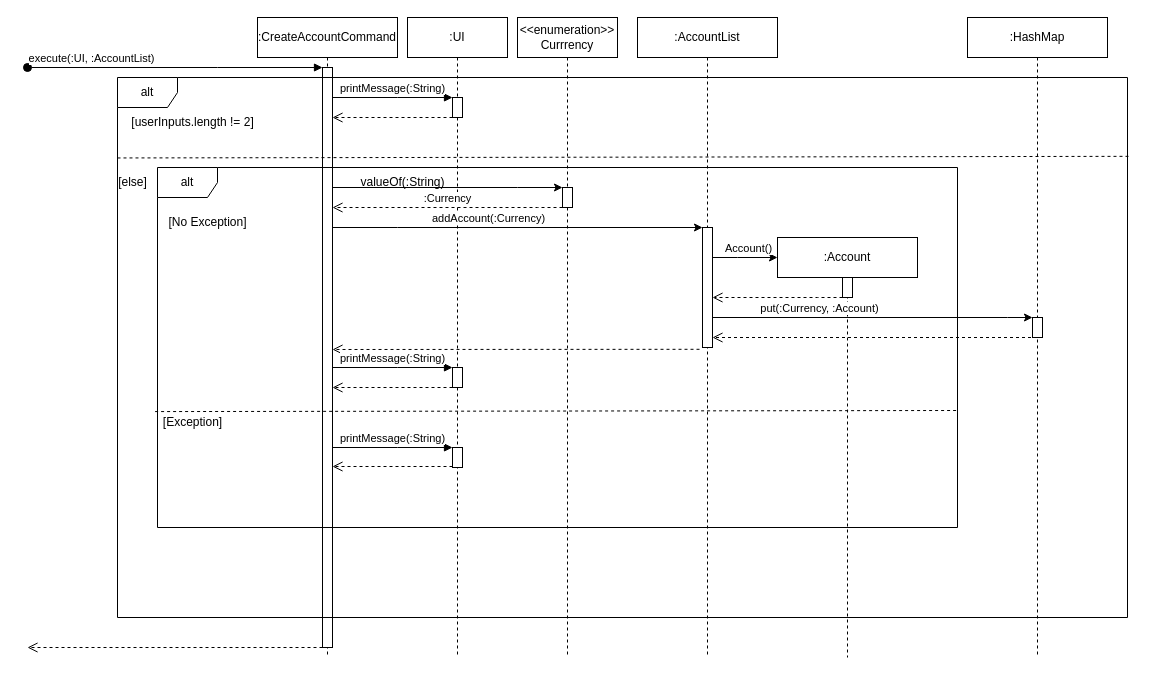
Earlier version of the draw.io diagram docs/diagrams/CreateAccountSeqDiagram.drawio (woowenjun99/tp). Source tidied: cells renumbered, new cells numbered last; positions are measured from the earlier drawing's top-left corner, leaving out a move shared by most shapes. Both pictures are drawn from the tidied source at 100%, with x=0, y=0 at pixel (27, 17).
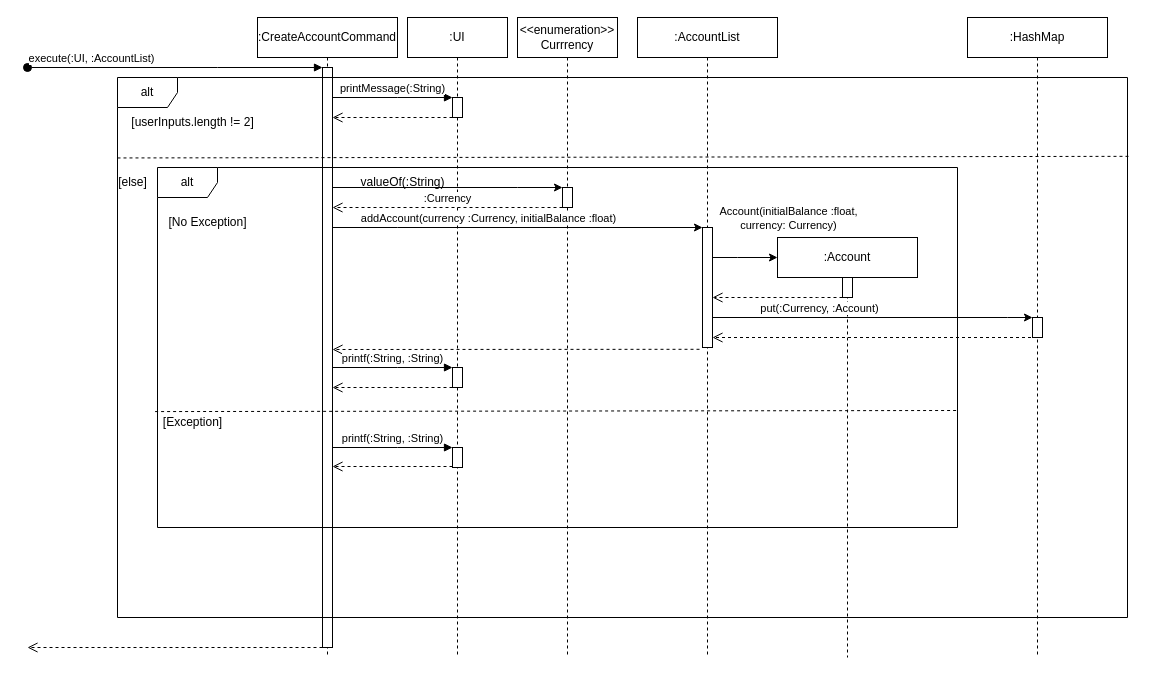
After the change.

Commit message (it also covers changes not shown here):
Edit delete-account and create-account seq diagram

The change refers to these unchanged cells:
```xml
<mxCell id="3" style="html=1;points=[];perimeter=orthogonalPerimeter;outlineConnect=0;targetShapes=umlLifeline;portConstraint=eastwest;newEdgeStyle={&quot;edgeStyle&quot;:&quot;elbowEdgeStyle&quot;,&quot;elbow&quot;:&quot;vertical&quot;,&quot;curved&quot;:0,&quot;rounded&quot;:0};" parent="2" vertex="1">
  <mxGeometry x="65" y="50" width="10" height="580" as="geometry" />
</mxCell>
<mxCell id="21" style="edgeStyle=elbowEdgeStyle;rounded=0;jettySize=auto;html=1;elbow=vertical;curved=0;" parent="1" edge="1" source="3" target="20">
  <mxGeometry relative="1" as="geometry">
    <Array as="points">
      <mxPoint x="370" y="210" />
      <mxPoint x="500" y="200" />
    </Array>
  </mxGeometry>
</mxCell>
<mxCell id="28" style="edgeStyle=elbowEdgeStyle;rounded=0;jettySize=auto;html=1;elbow=vertical;curved=0;" parent="1" edge="1" source="20">
  <mxGeometry relative="1" as="geometry">
    <mxPoint x="750" y="240" as="targetPoint" />
    <Array as="points">
      <mxPoint x="710" y="240" />
    </Array>
  </mxGeometry>
</mxCell>
```

Change to the diagram source:
```diff
@@
-    <mxCell id="22" value="addAccount(:Currency)" style="edgeLabel;html=1;align=center;verticalAlign=middle;" parent="21" vertex="1">
+    <mxCell id="22" value="addAccount(currency :Currency, initialBalance :float)" style="edgeLabel;html=1;align=center;verticalAlign=middle;" parent="21" vertex="1">
       <mxGeometry x="-0.17" y="-1" relative="1" as="geometry">
         <mxPoint x="1" y="-11" as="offset" />
       </mxGeometry>
     </mxCell>
@@
-    <mxCell id="29" value="Account()" style="edgeLabel;html=1;align=center;verticalAlign=middle;" parent="28" vertex="1">
+    <mxCell id="29" value="Account(initialBalance :float, &lt;br&gt;currency: Currency)" style="edgeLabel;html=1;align=center;verticalAlign=middle;" parent="28" vertex="1">
       <mxGeometry x="-0.27" y="3" relative="1" as="geometry">
-        <mxPoint x="11" y="-7" as="offset" />
+        <mxPoint x="51" y="-37" as="offset" />
       </mxGeometry>
     </mxCell>
@@
-    <mxCell id="38" value="printMessage(:String)" style="html=1;verticalAlign=bottom;endArrow=block;edgeStyle=elbowEdgeStyle;elbow=vertical;curved=0;rounded=0;" parent="1" edge="1" source="3">
+    <mxCell id="38" value="printf(:String, :String)" style="html=1;verticalAlign=bottom;endArrow=block;edgeStyle=elbowEdgeStyle;elbow=vertical;curved=0;rounded=0;" parent="1" edge="1" source="3">
       <mxGeometry relative="1" as="geometry">
         <mxPoint x="425" y="430" as="targetPoint" />
         <Array as="points">
           <mxPoint x="370" y="430" />
           <mxPoint x="280" y="420" />
           <mxPoint x="340" y="410" />
         </Array>
       </mxGeometry>
     </mxCell>
@@
-    <mxCell id="41" value="printMessage(:String)" style="html=1;verticalAlign=bottom;endArrow=block;edgeStyle=elbowEdgeStyle;elbow=vertical;curved=0;rounded=0;" parent="1" edge="1" source="3">
+    <mxCell id="41" value="printf(:String, :String)" style="html=1;verticalAlign=bottom;endArrow=block;edgeStyle=elbowEdgeStyle;elbow=vertical;curved=0;rounded=0;" parent="1" edge="1" source="3">
       <mxGeometry relative="1" as="geometry">
         <mxPoint x="425" y="350" as="targetPoint" />
         <Array as="points">
           <mxPoint x="370" y="350" />
           <mxPoint x="280" y="340" />
           <mxPoint x="340" y="330" />
         </Array>
       </mxGeometry>
     </mxCell>
```
